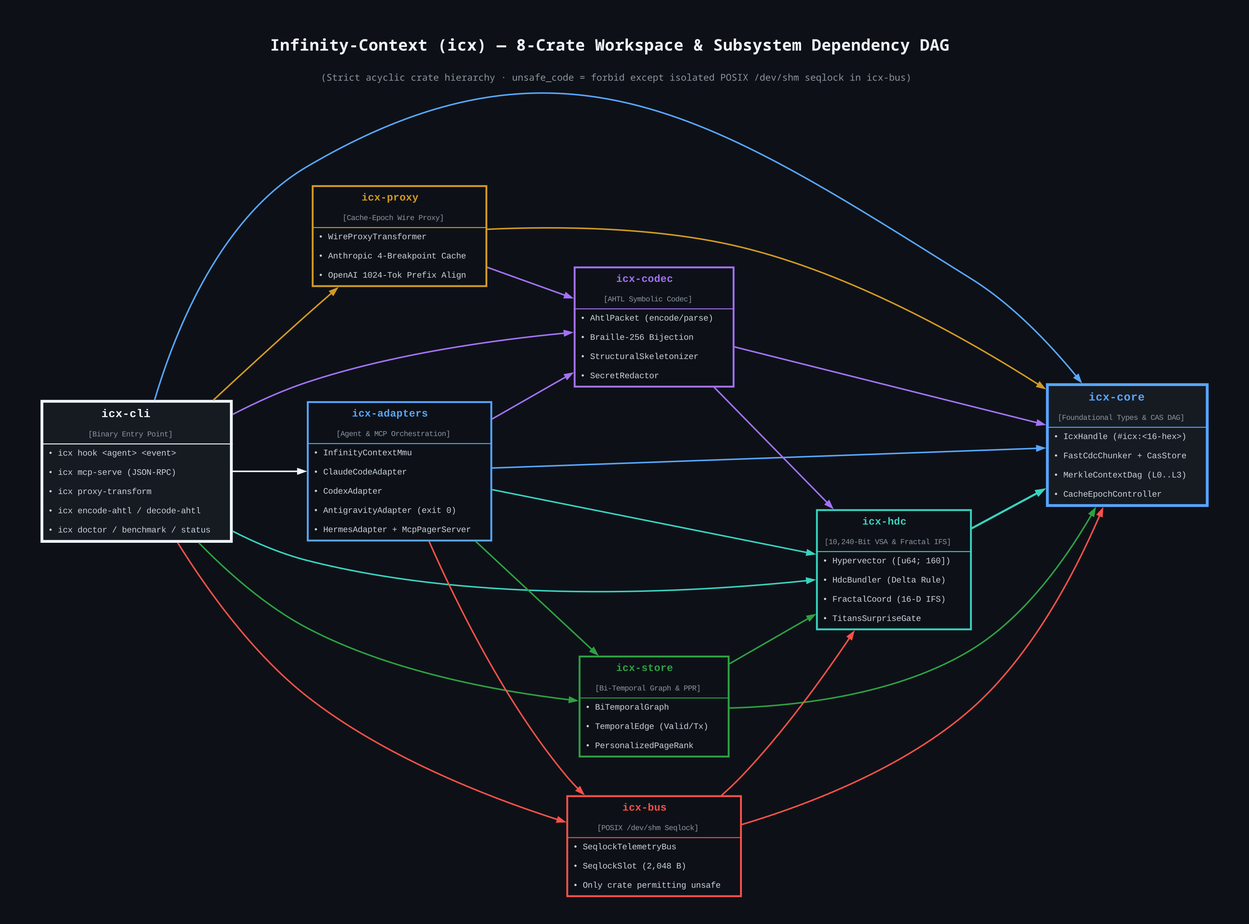
Earlier version of the Graphviz export images/infinity-context-crate-graph.png (doublegate/Infinity-Context). Its source is kept beside it as images/infinity-context-crate-graph.dot. The source it was exported from:
```dot
digraph InfinityContextCrateGraph {

    bgcolor="#0d1117"
    rankdir=LR
    splines=true
    nodesep=0.55
    ranksep=1.10
    pad="0.6,0.4"
    labelloc="t"
    label=<
        <TABLE BORDER="0" CELLBORDER="0" CELLSPACING="0" CELLPADDING="6">
        <TR><TD ALIGN="CENTER"><FONT COLOR="#f0f6fc" POINT-SIZE="17" FACE="JetBrains Mono,Consolas,monospace"><B>Infinity-Context (icx) &#8212; 8-Crate Workspace &amp; Subsystem Dependency DAG</B>&#160;&#160;&#160;</FONT></TD></TR>
        <TR><TD ALIGN="CENTER"><FONT COLOR="#8b949e" POINT-SIZE="10" FACE="JetBrains Mono,Consolas,monospace">(Strict acyclic crate hierarchy &#183; unsafe_code = forbid except isolated POSIX /dev/shm seqlock in icx-bus)&#160;&#160;&#160;</FONT></TD></TR>
        </TABLE>>

    node [shape=none fontname="JetBrains Mono,Consolas,Courier New,monospace" fontsize=10 margin="0"]
    edge [arrowsize=0.75 penwidth=1.6]

    icx_cli [label=<
        <TABLE BORDER="3" CELLBORDER="0" CELLSPACING="0" CELLPADDING="5" COLOR="#f0f6fc" BGCOLOR="#161b22">
        <TR><TD ALIGN="CENTER"><FONT COLOR="#f0f6fc" POINT-SIZE="12"><B>icx-cli</B>&#160;&#160;&#160;</FONT></TD></TR>
        <TR><TD ALIGN="CENTER"><FONT COLOR="#8b949e" POINT-SIZE="8.5">[Binary Entry Point]&#160;&#160;&#160;</FONT></TD></TR>
        <HR/>
        <TR><TD ALIGN="LEFT"><FONT COLOR="#c9d1d9" POINT-SIZE="9">&#8226; icx hook &lt;agent&gt; &lt;event&gt;&#160;&#160;&#160;</FONT></TD></TR>
        <TR><TD ALIGN="LEFT"><FONT COLOR="#c9d1d9" POINT-SIZE="9">&#8226; icx mcp-serve (JSON-RPC)&#160;&#160;&#160;</FONT></TD></TR>
        <TR><TD ALIGN="LEFT"><FONT COLOR="#c9d1d9" POINT-SIZE="9">&#8226; icx proxy-transform&#160;&#160;&#160;</FONT></TD></TR>
        <TR><TD ALIGN="LEFT"><FONT COLOR="#c9d1d9" POINT-SIZE="9">&#8226; icx encode-ahtl / decode-ahtl&#160;&#160;&#160;</FONT></TD></TR>
        <TR><TD ALIGN="LEFT"><FONT COLOR="#c9d1d9" POINT-SIZE="9">&#8226; icx doctor / benchmark / status&#160;&#160;&#160;</FONT></TD></TR>
        </TABLE>>]

    icx_adapters [label=<
        <TABLE BORDER="2" CELLBORDER="0" CELLSPACING="0" CELLPADDING="5" COLOR="#58a6ff" BGCOLOR="#0d1117">
        <TR><TD ALIGN="CENTER"><FONT COLOR="#58a6ff" POINT-SIZE="11"><B>icx-adapters</B>&#160;&#160;&#160;</FONT></TD></TR>
        <TR><TD ALIGN="CENTER"><FONT COLOR="#8b949e" POINT-SIZE="8.5">[Agent &amp; MCP Orchestration]&#160;&#160;&#160;</FONT></TD></TR>
        <HR/>
        <TR><TD ALIGN="LEFT"><FONT COLOR="#c9d1d9" POINT-SIZE="9">&#8226; InfinityContextMmu&#160;&#160;&#160;</FONT></TD></TR>
        <TR><TD ALIGN="LEFT"><FONT COLOR="#c9d1d9" POINT-SIZE="9">&#8226; ClaudeCodeAdapter&#160;&#160;&#160;</FONT></TD></TR>
        <TR><TD ALIGN="LEFT"><FONT COLOR="#c9d1d9" POINT-SIZE="9">&#8226; CodexAdapter&#160;&#160;&#160;</FONT></TD></TR>
        <TR><TD ALIGN="LEFT"><FONT COLOR="#c9d1d9" POINT-SIZE="9">&#8226; AntigravityAdapter (exit 0)&#160;&#160;&#160;</FONT></TD></TR>
        <TR><TD ALIGN="LEFT"><FONT COLOR="#c9d1d9" POINT-SIZE="9">&#8226; HermesAdapter + McpPagerServer&#160;&#160;&#160;</FONT></TD></TR>
        </TABLE>>]

    icx_proxy [label=<
        <TABLE BORDER="2" CELLBORDER="0" CELLSPACING="0" CELLPADDING="5" COLOR="#d29922" BGCOLOR="#0d1117">
        <TR><TD ALIGN="CENTER"><FONT COLOR="#d29922" POINT-SIZE="11"><B>icx-proxy</B>&#160;&#160;&#160;</FONT></TD></TR>
        <TR><TD ALIGN="CENTER"><FONT COLOR="#8b949e" POINT-SIZE="8.5">[Cache-Epoch Wire Proxy]&#160;&#160;&#160;</FONT></TD></TR>
        <HR/>
        <TR><TD ALIGN="LEFT"><FONT COLOR="#c9d1d9" POINT-SIZE="9">&#8226; WireProxyTransformer&#160;&#160;&#160;</FONT></TD></TR>
        <TR><TD ALIGN="LEFT"><FONT COLOR="#c9d1d9" POINT-SIZE="9">&#8226; Anthropic 4-Breakpoint Cache&#160;&#160;&#160;</FONT></TD></TR>
        <TR><TD ALIGN="LEFT"><FONT COLOR="#c9d1d9" POINT-SIZE="9">&#8226; OpenAI 1024-Tok Prefix Align&#160;&#160;&#160;</FONT></TD></TR>
        </TABLE>>]

    icx_codec [label=<
        <TABLE BORDER="2" CELLBORDER="0" CELLSPACING="0" CELLPADDING="5" COLOR="#a371f7" BGCOLOR="#0d1117">
        <TR><TD ALIGN="CENTER"><FONT COLOR="#a371f7" POINT-SIZE="11"><B>icx-codec</B>&#160;&#160;&#160;</FONT></TD></TR>
        <TR><TD ALIGN="CENTER"><FONT COLOR="#8b949e" POINT-SIZE="8.5">[AHTL Symbolic Codec]&#160;&#160;&#160;</FONT></TD></TR>
        <HR/>
        <TR><TD ALIGN="LEFT"><FONT COLOR="#c9d1d9" POINT-SIZE="9">&#8226; AhtlPacket (encode/parse)&#160;&#160;&#160;</FONT></TD></TR>
        <TR><TD ALIGN="LEFT"><FONT COLOR="#c9d1d9" POINT-SIZE="9">&#8226; Braille-256 Bijection&#160;&#160;&#160;</FONT></TD></TR>
        <TR><TD ALIGN="LEFT"><FONT COLOR="#c9d1d9" POINT-SIZE="9">&#8226; StructuralSkeletonizer&#160;&#160;&#160;</FONT></TD></TR>
        <TR><TD ALIGN="LEFT"><FONT COLOR="#c9d1d9" POINT-SIZE="9">&#8226; SecretRedactor&#160;&#160;&#160;</FONT></TD></TR>
        </TABLE>>]

    icx_store [label=<
        <TABLE BORDER="2" CELLBORDER="0" CELLSPACING="0" CELLPADDING="5" COLOR="#2ea043" BGCOLOR="#0d1117">
        <TR><TD ALIGN="CENTER"><FONT COLOR="#2ea043" POINT-SIZE="11"><B>icx-store</B>&#160;&#160;&#160;</FONT></TD></TR>
        <TR><TD ALIGN="CENTER"><FONT COLOR="#8b949e" POINT-SIZE="8.5">[Bi-Temporal Graph &amp; PPR]&#160;&#160;&#160;</FONT></TD></TR>
        <HR/>
        <TR><TD ALIGN="LEFT"><FONT COLOR="#c9d1d9" POINT-SIZE="9">&#8226; BiTemporalGraph&#160;&#160;&#160;</FONT></TD></TR>
        <TR><TD ALIGN="LEFT"><FONT COLOR="#c9d1d9" POINT-SIZE="9">&#8226; TemporalEdge (Valid/Tx)&#160;&#160;&#160;</FONT></TD></TR>
        <TR><TD ALIGN="LEFT"><FONT COLOR="#c9d1d9" POINT-SIZE="9">&#8226; PersonalizedPageRank&#160;&#160;&#160;</FONT></TD></TR>
        </TABLE>>]

    icx_bus [label=<
        <TABLE BORDER="2" CELLBORDER="0" CELLSPACING="0" CELLPADDING="5" COLOR="#f85149" BGCOLOR="#0d1117">
        <TR><TD ALIGN="CENTER"><FONT COLOR="#f85149" POINT-SIZE="11"><B>icx-bus</B>&#160;&#160;&#160;</FONT></TD></TR>
        <TR><TD ALIGN="CENTER"><FONT COLOR="#8b949e" POINT-SIZE="8.5">[POSIX /dev/shm Seqlock]&#160;&#160;&#160;</FONT></TD></TR>
        <HR/>
        <TR><TD ALIGN="LEFT"><FONT COLOR="#c9d1d9" POINT-SIZE="9">&#8226; SeqlockTelemetryBus&#160;&#160;&#160;</FONT></TD></TR>
        <TR><TD ALIGN="LEFT"><FONT COLOR="#c9d1d9" POINT-SIZE="9">&#8226; SeqlockSlot (2,048 B)&#160;&#160;&#160;</FONT></TD></TR>
        <TR><TD ALIGN="LEFT"><FONT COLOR="#c9d1d9" POINT-SIZE="9">&#8226; Only crate permitting unsafe&#160;&#160;&#160;</FONT></TD></TR>
        </TABLE>>]

    icx_hdc [label=<
        <TABLE BORDER="2" CELLBORDER="0" CELLSPACING="0" CELLPADDING="5" COLOR="#39d2c0" BGCOLOR="#0d1117">
        <TR><TD ALIGN="CENTER"><FONT COLOR="#39d2c0" POINT-SIZE="11"><B>icx-hdc</B>&#160;&#160;&#160;</FONT></TD></TR>
        <TR><TD ALIGN="CENTER"><FONT COLOR="#8b949e" POINT-SIZE="8.5">[10,240-Bit VSA &amp; Fractal IFS]&#160;&#160;&#160;</FONT></TD></TR>
        <HR/>
        <TR><TD ALIGN="LEFT"><FONT COLOR="#c9d1d9" POINT-SIZE="9">&#8226; Hypervector ([u64; 160])&#160;&#160;&#160;</FONT></TD></TR>
        <TR><TD ALIGN="LEFT"><FONT COLOR="#c9d1d9" POINT-SIZE="9">&#8226; HdcBundler (Delta Rule)&#160;&#160;&#160;</FONT></TD></TR>
        <TR><TD ALIGN="LEFT"><FONT COLOR="#c9d1d9" POINT-SIZE="9">&#8226; FractalCoord (16-D IFS)&#160;&#160;&#160;</FONT></TD></TR>
        <TR><TD ALIGN="LEFT"><FONT COLOR="#c9d1d9" POINT-SIZE="9">&#8226; TitansSurpriseGate&#160;&#160;&#160;</FONT></TD></TR>
        </TABLE>>]

    icx_core [label=<
        <TABLE BORDER="3" CELLBORDER="0" CELLSPACING="0" CELLPADDING="5" COLOR="#58a6ff" BGCOLOR="#161b22">
        <TR><TD ALIGN="CENTER"><FONT COLOR="#58a6ff" POINT-SIZE="12"><B>icx-core</B>&#160;&#160;&#160;</FONT></TD></TR>
        <TR><TD ALIGN="CENTER"><FONT COLOR="#8b949e" POINT-SIZE="8.5">[Foundational Types &amp; CAS DAG]&#160;&#160;&#160;</FONT></TD></TR>
        <HR/>
        <TR><TD ALIGN="LEFT"><FONT COLOR="#c9d1d9" POINT-SIZE="9">&#8226; IcxHandle (#icx:&lt;16-hex&gt;)&#160;&#160;&#160;</FONT></TD></TR>
        <TR><TD ALIGN="LEFT"><FONT COLOR="#c9d1d9" POINT-SIZE="9">&#8226; FastCdcChunker + CasStore&#160;&#160;&#160;</FONT></TD></TR>
        <TR><TD ALIGN="LEFT"><FONT COLOR="#c9d1d9" POINT-SIZE="9">&#8226; MerkleContextDag (L0..L3)&#160;&#160;&#160;</FONT></TD></TR>
        <TR><TD ALIGN="LEFT"><FONT COLOR="#c9d1d9" POINT-SIZE="9">&#8226; CacheEpochController&#160;&#160;&#160;</FONT></TD></TR>
        </TABLE>>]

    icx_cli -> icx_adapters [color="#f0f6fc" style=bold]
    icx_cli -> icx_proxy [color="#d29922" style=bold]
    icx_cli -> icx_codec [color="#a371f7"]
    icx_cli -> icx_bus [color="#f85149"]
    icx_cli -> icx_store [color="#2ea043"]
    icx_cli -> icx_hdc [color="#39d2c0"]
    icx_cli -> icx_core [color="#58a6ff"]

    icx_adapters -> icx_codec [color="#a371f7" style=bold]
    icx_adapters -> icx_store [color="#2ea043" style=bold]
    icx_adapters -> icx_bus [color="#f85149" style=bold]
    icx_adapters -> icx_hdc [color="#39d2c0" style=bold]
    icx_adapters -> icx_core [color="#58a6ff" style=bold]

    icx_proxy -> icx_codec [color="#a371f7" style=bold]
    icx_proxy -> icx_core [color="#d29922" style=bold]

    icx_codec -> icx_hdc [color="#a371f7" style=bold]
    icx_codec -> icx_core [color="#a371f7" style=bold]

    icx_store -> icx_hdc [color="#2ea043" style=bold]
    icx_store -> icx_core [color="#2ea043" style=bold]

    icx_bus -> icx_hdc [color="#f85149" style=bold]
    icx_bus -> icx_core [color="#f85149" style=bold]

    icx_hdc -> icx_core [color="#39d2c0" style=bold penwidth=2.2]
}
```
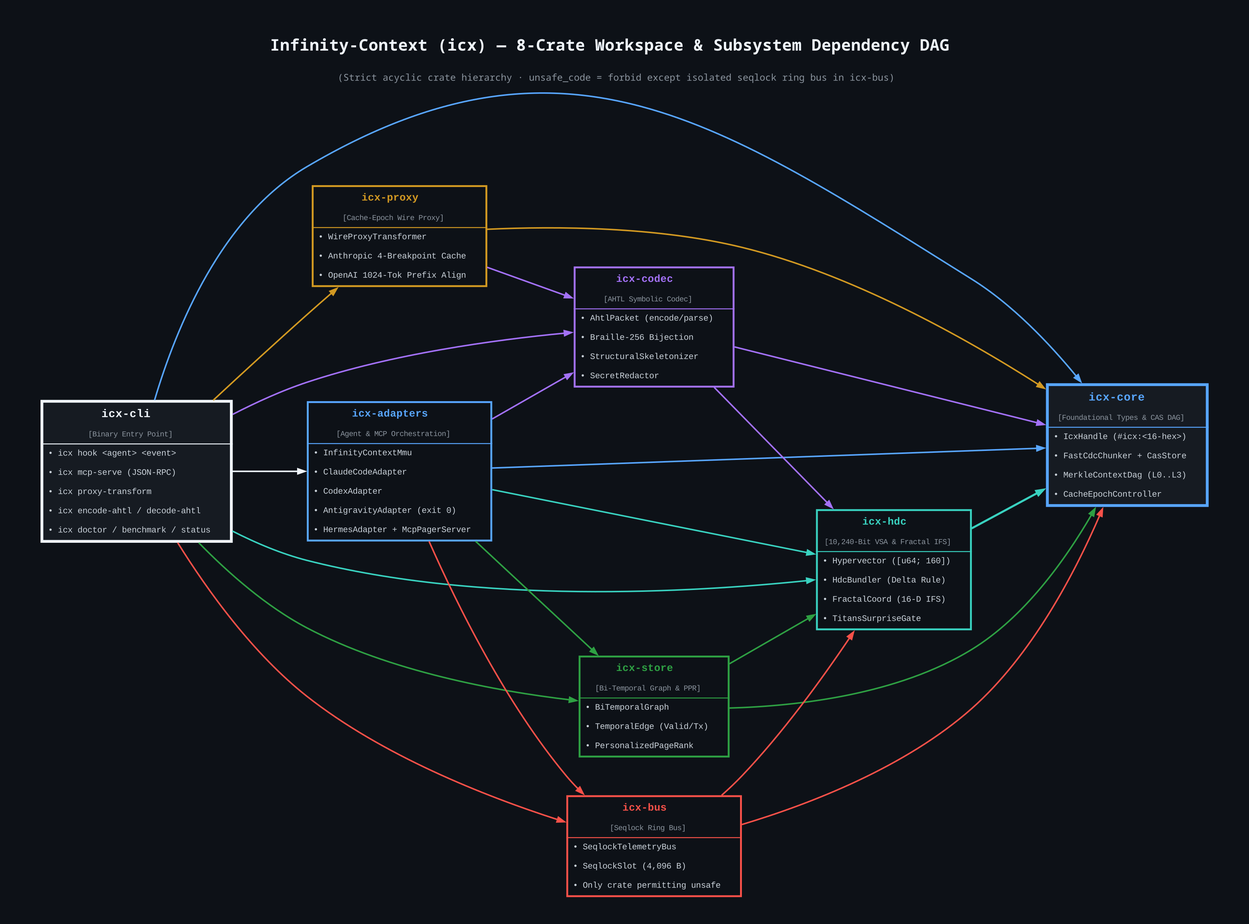
Above is the later version.

The edit, as a diff of the source:
```diff
@@ -10,7 +10,7 @@
     label=<
         <TABLE BORDER="0" CELLBORDER="0" CELLSPACING="0" CELLPADDING="6">
         <TR><TD ALIGN="CENTER"><FONT COLOR="#f0f6fc" POINT-SIZE="17" FACE="JetBrains Mono,Consolas,monospace"><B>Infinity-Context (icx) &#8212; 8-Crate Workspace &amp; Subsystem Dependency DAG</B>&#160;&#160;&#160;</FONT></TD></TR>
-        <TR><TD ALIGN="CENTER"><FONT COLOR="#8b949e" POINT-SIZE="10" FACE="JetBrains Mono,Consolas,monospace">(Strict acyclic crate hierarchy &#183; unsafe_code = forbid except isolated POSIX /dev/shm seqlock in icx-bus)&#160;&#160;&#160;</FONT></TD></TR>
+        <TR><TD ALIGN="CENTER"><FONT COLOR="#8b949e" POINT-SIZE="10" FACE="JetBrains Mono,Consolas,monospace">(Strict acyclic crate hierarchy &#183; unsafe_code = forbid except isolated seqlock ring bus in icx-bus)&#160;&#160;&#160;</FONT></TD></TR>
         </TABLE>>
 
     node [shape=none fontname="JetBrains Mono,Consolas,Courier New,monospace" fontsize=10 margin="0"]
@@ -74,10 +74,10 @@
     icx_bus [label=<
         <TABLE BORDER="2" CELLBORDER="0" CELLSPACING="0" CELLPADDING="5" COLOR="#f85149" BGCOLOR="#0d1117">
         <TR><TD ALIGN="CENTER"><FONT COLOR="#f85149" POINT-SIZE="11"><B>icx-bus</B>&#160;&#160;&#160;</FONT></TD></TR>
-        <TR><TD ALIGN="CENTER"><FONT COLOR="#8b949e" POINT-SIZE="8.5">[POSIX /dev/shm Seqlock]&#160;&#160;&#160;</FONT></TD></TR>
+        <TR><TD ALIGN="CENTER"><FONT COLOR="#8b949e" POINT-SIZE="8.5">[Seqlock Ring Bus]&#160;&#160;&#160;</FONT></TD></TR>
         <HR/>
         <TR><TD ALIGN="LEFT"><FONT COLOR="#c9d1d9" POINT-SIZE="9">&#8226; SeqlockTelemetryBus&#160;&#160;&#160;</FONT></TD></TR>
-        <TR><TD ALIGN="LEFT"><FONT COLOR="#c9d1d9" POINT-SIZE="9">&#8226; SeqlockSlot (2,048 B)&#160;&#160;&#160;</FONT></TD></TR>
+        <TR><TD ALIGN="LEFT"><FONT COLOR="#c9d1d9" POINT-SIZE="9">&#8226; SeqlockSlot (4,096 B)&#160;&#160;&#160;</FONT></TD></TR>
         <TR><TD ALIGN="LEFT"><FONT COLOR="#c9d1d9" POINT-SIZE="9">&#8226; Only crate permitting unsafe&#160;&#160;&#160;</FONT></TD></TR>
         </TABLE>>]
 
```
